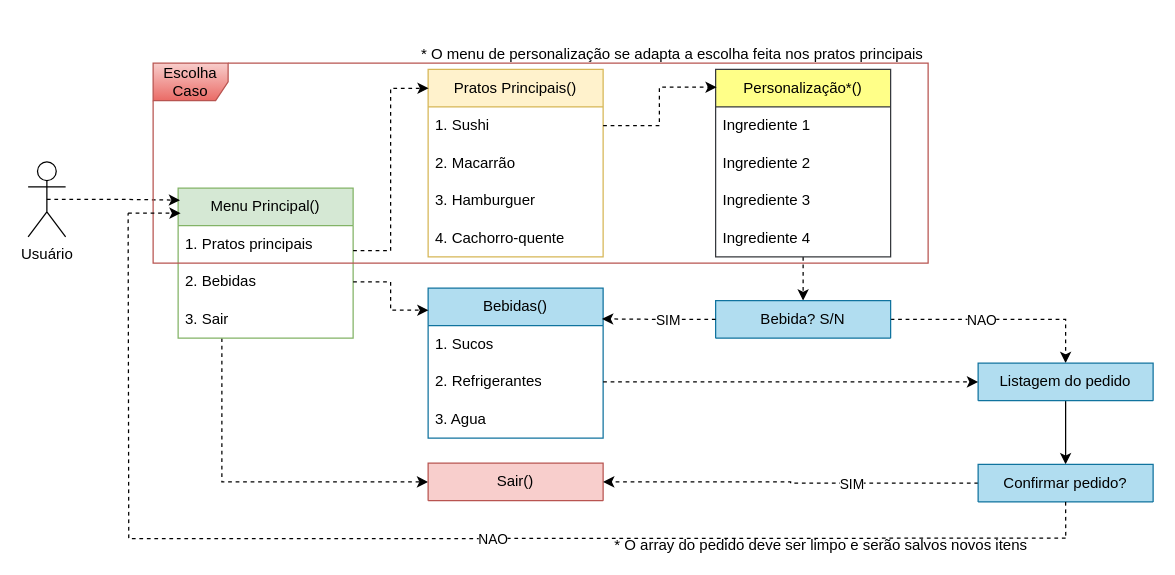
The draw.io diagram 2. Second_Challenge/fluxo-restaurante.drawio in geizekele/vai-na-web, before the edit. Source tidied: cells renumbered, new cells numbered last; positions are measured from the earlier drawing's top-left corner, leaving out a move shared by most shapes. Both pictures are drawn from the tidied source at 125%, with x=0, y=0 at pixel (28, 46).
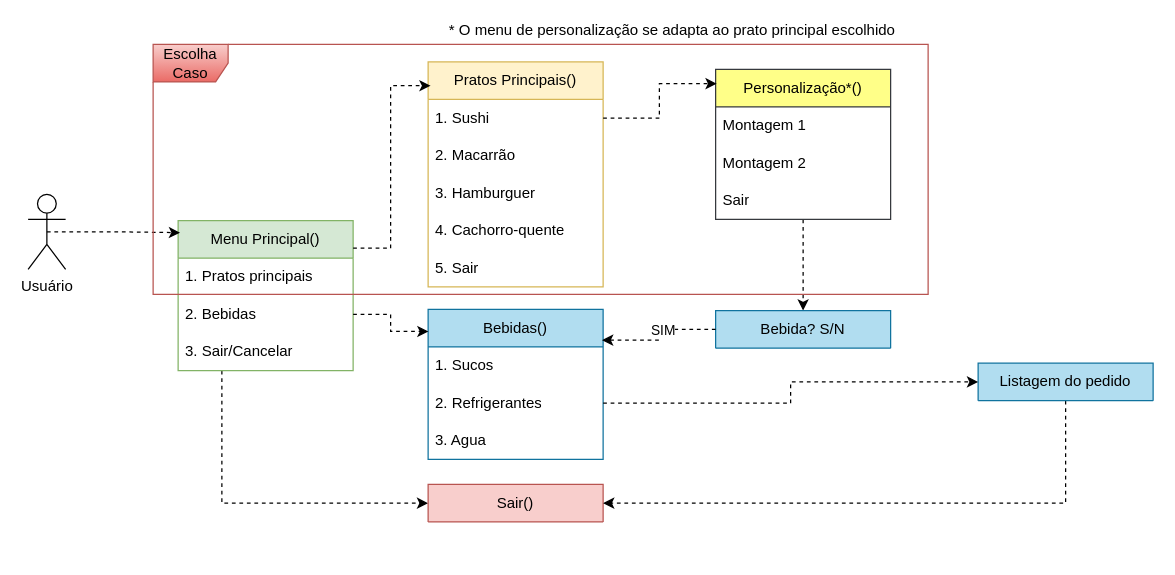
After the change.

The change refers to these unchanged cells:
```xml
<mxCell id="34" value="Listagem do pedido" style="swimlane;fontStyle=0;horizontal=1;startSize=30;whiteSpace=wrap;html=1;fillColor=#b1ddf0;strokeColor=#10739e;" parent="1" vertex="1">
  <mxGeometry x="760" y="253" width="140" height="30" as="geometry" />
</mxCell>
```

What changed in the source:
```diff
@@
     <mxCell id="2" value="Usuário" style="shape=umlActor;verticalLabelPosition=bottom;verticalAlign=top;html=1;outlineConnect=0;" parent="1" vertex="1">
-      <mxGeometry y="92" width="30" height="60" as="geometry" />
+      <mxGeometry y="118" width="30" height="60" as="geometry" />
     </mxCell>
@@
     <mxCell id="4" value="Menu Principal()" style="swimlane;fontStyle=0;horizontal=1;startSize=30;whiteSpace=wrap;html=1;fillColor=#d5e8d4;strokeColor=#82b366;" parent="1" vertex="1">
-      <mxGeometry x="120" y="113" width="140" height="120" as="geometry" />
+      <mxGeometry x="120" y="139" width="140" height="120" as="geometry" />
     </mxCell>
@@
-    <mxCell id="7" value="3. Sair" style="text;strokeColor=none;fillColor=none;align=left;verticalAlign=middle;spacingLeft=4;spacingRight=4;overflow=hidden;whiteSpace=wrap;html=1;" parent="4" vertex="1">
+    <mxCell id="7" value="3. Sair/Cancelar" style="text;strokeColor=none;fillColor=none;align=left;verticalAlign=middle;spacingLeft=4;spacingRight=4;overflow=hidden;whiteSpace=wrap;html=1;" parent="4" vertex="1">
       <mxGeometry y="90" width="140" height="30" as="geometry" />
     </mxCell>
     <mxCell id="8" value="Pratos Principais()" style="swimlane;fontStyle=0;horizontal=1;startSize=30;whiteSpace=wrap;html=1;fillColor=#fff2cc;strokeColor=#d6b656;" parent="1" vertex="1">
-      <mxGeometry x="320" y="18" width="140" height="150" as="geometry" />
+      <mxGeometry x="320" y="12" width="140" height="180" as="geometry" />
     </mxCell>
@@
+    <mxCell id="46" value="5. Sair" style="text;strokeColor=none;fillColor=none;align=left;verticalAlign=middle;spacingLeft=4;spacingRight=4;overflow=hidden;whiteSpace=wrap;html=1;" parent="8" vertex="1">
+      <mxGeometry y="150" width="140" height="30" as="geometry" />
+    </mxCell>
     <mxCell id="13" value="Bebidas()" style="swimlane;fontStyle=0;horizontal=1;startSize=30;whiteSpace=wrap;html=1;fillColor=#b1ddf0;strokeColor=#10739e;" parent="1" vertex="1">
-      <mxGeometry x="320" y="193" width="140" height="120" as="geometry" />
+      <mxGeometry x="320" y="210" width="140" height="120" as="geometry" />
     </mxCell>
@@
     <mxCell id="18" value="Sair()" style="swimlane;fontStyle=0;horizontal=1;startSize=30;whiteSpace=wrap;html=1;fillColor=#f8cecc;strokeColor=#b85450;" parent="1" vertex="1">
-      <mxGeometry x="320" y="333" width="140" height="30" as="geometry" />
+      <mxGeometry x="320" y="350" width="140" height="30" as="geometry" />
     </mxCell>
@@
     <mxCell id="20" value="Personalização*()" style="swimlane;fontStyle=0;horizontal=1;startSize=30;whiteSpace=wrap;html=1;fillColor=#ffff88;strokeColor=#36393d;" parent="1" vertex="1">
-      <mxGeometry x="550" y="18" width="140" height="150" as="geometry" />
+      <mxGeometry x="550" y="18" width="140" height="120" as="geometry" />
     </mxCell>
-    <mxCell id="21" value="Ingrediente 1" style="text;strokeColor=none;fillColor=none;align=left;verticalAlign=middle;spacingLeft=4;spacingRight=4;overflow=hidden;whiteSpace=wrap;html=1;" parent="20" vertex="1">
+    <mxCell id="21" value="Montagem 1" style="text;strokeColor=none;fillColor=none;align=left;verticalAlign=middle;spacingLeft=4;spacingRight=4;overflow=hidden;whiteSpace=wrap;html=1;" parent="20" vertex="1">
       <mxGeometry y="30" width="140" height="30" as="geometry" />
     </mxCell>
-    <mxCell id="22" value="Ingrediente 2" style="text;strokeColor=none;fillColor=none;align=left;verticalAlign=middle;spacingLeft=4;spacingRight=4;overflow=hidden;whiteSpace=wrap;html=1;" parent="20" vertex="1">
+    <mxCell id="22" value="Montagem 2" style="text;strokeColor=none;fillColor=none;align=left;verticalAlign=middle;spacingLeft=4;spacingRight=4;overflow=hidden;whiteSpace=wrap;html=1;" parent="20" vertex="1">
       <mxGeometry y="60" width="140" height="30" as="geometry" />
     </mxCell>
-    <mxCell id="23" value="Ingrediente 3" style="text;strokeColor=none;fillColor=none;align=left;verticalAlign=middle;spacingLeft=4;spacingRight=4;overflow=hidden;whiteSpace=wrap;html=1;" parent="20" vertex="1">
-      <mxGeometry y="90" width="140" height="30" as="geometry" />
-    </mxCell>
-    <mxCell id="24" value="Ingrediente 4" style="text;strokeColor=none;fillColor=none;align=left;verticalAlign=middle;spacingLeft=4;spacingRight=4;overflow=hidden;whiteSpace=wrap;html=1;" parent="20" vertex="1">
-      <mxGeometry y="120" width="140" height="30" as="geometry" />
-    </mxCell>
+    <mxCell id="47" value="Sair" style="text;strokeColor=none;fillColor=none;align=left;verticalAlign=middle;spacingLeft=4;spacingRight=4;overflow=hidden;whiteSpace=wrap;html=1;" parent="20" vertex="1">
+      <mxGeometry y="90" width="140" height="30" as="geometry" />
+    </mxCell>
@@
     <mxCell id="26" value="Escolha Caso" style="shape=umlFrame;whiteSpace=wrap;html=1;fillColor=#f8cecc;strokeColor=#b85450;gradientColor=#ea6b66;" parent="1" vertex="1">
-      <mxGeometry x="100" y="13" width="620" height="160" as="geometry" />
+      <mxGeometry x="100" y="-2" width="620" height="200" as="geometry" />
     </mxCell>
-    <mxCell id="27" value="* O array do pedido deve ser limpo e serão salvos novos itens" style="text;html=1;strokeColor=none;fillColor=none;align=center;verticalAlign=middle;whiteSpace=wrap;rounded=0;" parent="1" vertex="1">
-      <mxGeometry x="420" y="393" width="429" height="12" as="geometry" />
-    </mxCell>
-    <mxCell id="28" style="edgeStyle=orthogonalEdgeStyle;rounded=0;jettySize=auto;html=1;exitX=1;exitY=0.5;exitDx=0;exitDy=0;entryX=0.5;entryY=0;entryDx=0;entryDy=0;dashed=1;" parent="1" edge="1" source="30" target="34">
-      <mxGeometry relative="1" as="geometry">
-        <Array as="points">
-          <mxPoint x="830" y="218" />
-        </Array>
-      </mxGeometry>
-    </mxCell>
-    <mxCell id="29" value="NAO" style="edgeLabel;html=1;align=center;verticalAlign=middle;" parent="28" vertex="1">
-      <mxGeometry x="-0.2" relative="1" as="geometry">
-        <mxPoint x="2" as="offset" />
-      </mxGeometry>
-    </mxCell>
     <mxCell id="30" value="Bebida? S/N" style="swimlane;fontStyle=0;horizontal=1;startSize=30;whiteSpace=wrap;html=1;fillColor=#b1ddf0;strokeColor=#10739e;" parent="1" vertex="1">
-      <mxGeometry x="550" y="203" width="140" height="30" as="geometry" />
+      <mxGeometry x="550" y="211" width="140" height="30" as="geometry" />
     </mxCell>
@@
-    <mxCell id="33" style="edgeStyle=orthogonalEdgeStyle;rounded=0;jettySize=auto;html=1;exitX=0.5;exitY=1;exitDx=0;exitDy=0;entryX=0.5;entryY=0;entryDx=0;entryDy=0;" parent="1" edge="1" source="34" target="37">
+    <mxCell id="33" style="edgeStyle=orthogonalEdgeStyle;rounded=0;jettySize=auto;html=1;exitX=0.5;exitY=1;exitDx=0;exitDy=0;entryX=1;entryY=0.5;entryDx=0;entryDy=0;dashed=1;" parent="1" edge="1" source="34" target="18">
       <mxGeometry relative="1" as="geometry" />
     </mxCell>
@@
-    <mxCell id="35" style="edgeStyle=orthogonalEdgeStyle;rounded=0;jettySize=auto;html=1;exitX=0;exitY=0.5;exitDx=0;exitDy=0;entryX=1;entryY=0.5;entryDx=0;entryDy=0;dashed=1;" parent="1" edge="1" source="37" target="18">
-      <mxGeometry relative="1" as="geometry" />
-    </mxCell>
-    <mxCell id="36" value="SIM" style="edgeLabel;html=1;align=center;verticalAlign=middle;" parent="35" vertex="1">
-      <mxGeometry x="-0.28" y="1" relative="1" as="geometry">
-        <mxPoint x="6" y="-1" as="offset" />
-      </mxGeometry>
-    </mxCell>
-    <mxCell id="37" value="Confirmar pedido?" style="swimlane;fontStyle=0;horizontal=1;startSize=30;whiteSpace=wrap;html=1;fillColor=#b1ddf0;strokeColor=#10739e;" parent="1" vertex="1">
-      <mxGeometry x="760" y="334" width="140" height="30" as="geometry" />
-    </mxCell>
-    <mxCell id="38" style="edgeStyle=orthogonalEdgeStyle;rounded=0;orthogonalLoop=1;jettySize=auto;html=1;entryX=0.01;entryY=0.678;entryDx=0;entryDy=0;entryPerimeter=0;dashed=1;" parent="1" edge="1">
-      <mxGeometry relative="1" as="geometry">
-        <mxPoint x="80" y="133" as="sourcePoint" />
-        <mxPoint x="122" y="133" as="targetPoint" />
-        <Array as="points">
-          <mxPoint x="111" y="133.2" />
-          <mxPoint x="111" y="133.2" />
-        </Array>
-      </mxGeometry>
-    </mxCell>
-    <mxCell id="39" style="edgeStyle=orthogonalEdgeStyle;rounded=0;orthogonalLoop=1;jettySize=auto;html=1;endArrow=none;endFill=0;dashed=1;" parent="1" edge="1">
-      <mxGeometry relative="1" as="geometry">
-        <mxPoint x="830" y="393" as="sourcePoint" />
-        <mxPoint x="80" y="133" as="targetPoint" />
-      </mxGeometry>
-    </mxCell>
-    <mxCell id="40" value="NAO" style="edgeLabel;html=1;align=center;verticalAlign=middle;" parent="39" vertex="1">
-      <mxGeometry x="-0.05" y="2" relative="1" as="geometry">
-        <mxPoint x="21" y="-2" as="offset" />
-      </mxGeometry>
-    </mxCell>
-    <mxCell id="41" style="edgeStyle=orthogonalEdgeStyle;rounded=0;jettySize=auto;html=1;exitX=0.5;exitY=1;exitDx=0;exitDy=0;endArrow=none;endFill=0;dashed=1;" parent="1" edge="1" source="37">
-      <mxGeometry relative="1" as="geometry">
-        <mxPoint x="830.1" y="393" as="targetPoint" />
-      </mxGeometry>
-    </mxCell>
-    <mxCell id="42" value="* O menu de personalização se adapta a escolha feita nos pratos principais" style="text;html=1;strokeColor=none;fillColor=none;align=center;verticalAlign=middle;whiteSpace=wrap;rounded=0;" parent="1" vertex="1">
-      <mxGeometry x="301" width="429" height="12" as="geometry" />
+    <mxCell id="42" value="* O menu de personalização se adapta ao prato principal escolhido" style="text;html=1;strokeColor=none;fillColor=none;align=center;verticalAlign=middle;whiteSpace=wrap;rounded=0;" parent="1" vertex="1">
+      <mxGeometry x="301" y="-19" width="429" height="12" as="geometry" />
     </mxCell>
@@
-    <mxCell id="44" style="edgeStyle=orthogonalEdgeStyle;rounded=0;jettySize=auto;html=1;dashed=1;entryX=0.003;entryY=0.101;entryDx=0;entryDy=0;entryPerimeter=0;" parent="1" edge="1" target="8">
+    <mxCell id="44" style="edgeStyle=orthogonalEdgeStyle;rounded=0;jettySize=auto;html=1;dashed=1;entryX=0.014;entryY=0.106;entryDx=0;entryDy=0;entryPerimeter=0;" parent="1" edge="1" target="8">
       <mxGeometry relative="1" as="geometry">
-        <mxPoint x="260" y="163" as="sourcePoint" />
+        <mxPoint x="260" y="161" as="sourcePoint" />
         <Array as="points">
-          <mxPoint x="260" y="163" />
-          <mxPoint x="290" y="163" />
-          <mxPoint x="290" y="33" />
+          <mxPoint x="290" y="161" />
+          <mxPoint x="290" y="31" />
         </Array>
       </mxGeometry>
     </mxCell>
```
